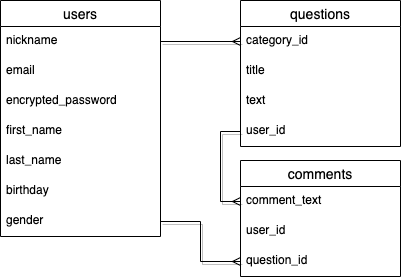
Earlier version of the draw.io export ER.drawio.png (Chukoto/managender). Source tidied: cells renumbered, new cells last; positions are measured from the earlier drawing's top-left corner, leaving out a move shared by most shapes.
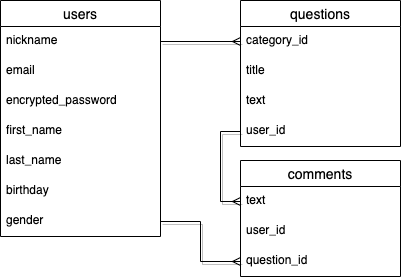
After the commit.

Commit message:
comment_textをtextに変更

The edit, as a diff of the source:
```diff
@@ -44,7 +44,7 @@
     <mxCell id="15" value="comments" style="swimlane;fontStyle=0;horizontal=1;startSize=26;align=center;fontSize=14;" parent="1" vertex="1">
       <mxGeometry x="240" y="160" width="160" height="116" as="geometry" />
     </mxCell>
-    <mxCell id="16" value="comment_text" style="text;strokeColor=none;fillColor=none;spacingLeft=4;spacingRight=4;overflow=hidden;points=[[0,0.5],[1,0.5]];portConstraint=eastwest;fontSize=12;" parent="15" vertex="1">
+    <mxCell id="16" value="text" style="text;strokeColor=none;fillColor=none;spacingLeft=4;spacingRight=4;overflow=hidden;points=[[0,0.5],[1,0.5]];portConstraint=eastwest;fontSize=12;" parent="15" vertex="1">
       <mxGeometry y="26" width="160" height="30" as="geometry" />
     </mxCell>
     <mxCell id="17" value="user_id" style="text;strokeColor=none;fillColor=none;spacingLeft=4;spacingRight=4;overflow=hidden;fontSize=12;" parent="15" vertex="1">
```
